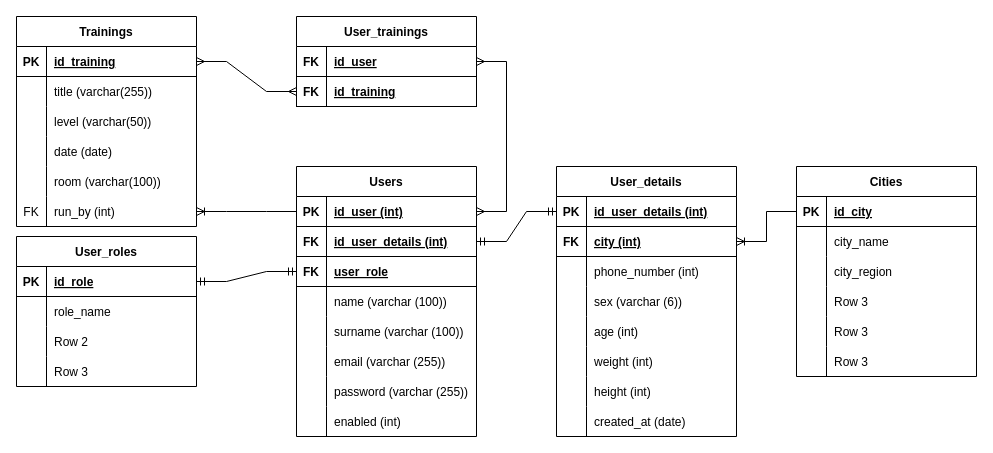
This is erd.drawio from KamilDeren/WdPAI_PersonalTrainerWebsite, a draw.io file, before an edit. Source tidied: cells renumbered, new cells numbered last; positions are measured from the earlier drawing's top-left corner, leaving out a move shared by most shapes. Both pictures are drawn from the tidied source at 100%, with x=0, y=0 at pixel (16, 16).
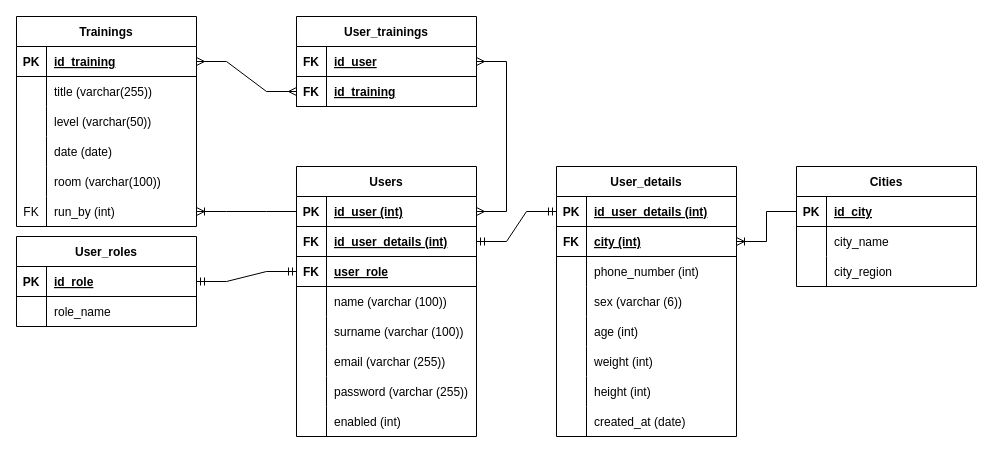
The same diagram, later.

Commit message (it also covers changes not shown here):
small tweak for nav; added erd diagram for database

The edit, as a diff of the source:
```diff
@@
     <mxCell id="2" value="Cities" style="shape=table;startSize=30;childLayout=tableLayout;rowLines=0;fontStyle=1;align=center;" parent="1" vertex="1">
-      <mxGeometry x="780" y="150" width="180" height="210" as="geometry" />
+      <mxGeometry x="780" y="150" width="180" height="120" as="geometry" />
     </mxCell>
@@
-    <mxCell id="12" style="shape=tableRow;horizontal=0;startSize=0;swimlaneHead=0;swimlaneBody=0;fillColor=none;top=0;left=0;right=0;bottom=0;" parent="2" vertex="1">
-      <mxGeometry y="120" width="180" height="30" as="geometry" />
-    </mxCell>
-    <mxCell id="13" style="shape=partialRectangle;fillColor=none;top=0;left=0;bottom=0;right=0;overflow=hidden;" parent="12" vertex="1">
-      <mxGeometry width="30" height="30" as="geometry" />
-    </mxCell>
-    <mxCell id="14" value="Row 3" style="shape=partialRectangle;fillColor=none;top=0;left=0;bottom=0;right=0;align=left;spacingLeft=6;overflow=hidden;" parent="12" vertex="1">
-      <mxGeometry x="30" width="150" height="30" as="geometry" />
-    </mxCell>
-    <mxCell id="15" style="shape=tableRow;horizontal=0;startSize=0;swimlaneHead=0;swimlaneBody=0;fillColor=none;top=0;left=0;right=0;bottom=0;" parent="2" vertex="1">
-      <mxGeometry y="150" width="180" height="30" as="geometry" />
-    </mxCell>
-    <mxCell id="16" style="shape=partialRectangle;fillColor=none;top=0;left=0;bottom=0;right=0;overflow=hidden;" parent="15" vertex="1">
-      <mxGeometry width="30" height="30" as="geometry" />
-    </mxCell>
-    <mxCell id="17" value="Row 3" style="shape=partialRectangle;fillColor=none;top=0;left=0;bottom=0;right=0;align=left;spacingLeft=6;overflow=hidden;" parent="15" vertex="1">
-      <mxGeometry x="30" width="150" height="30" as="geometry" />
-    </mxCell>
-    <mxCell id="18" style="shape=tableRow;horizontal=0;startSize=0;swimlaneHead=0;swimlaneBody=0;fillColor=none;top=0;left=0;right=0;bottom=0;" parent="2" vertex="1">
-      <mxGeometry y="180" width="180" height="30" as="geometry" />
-    </mxCell>
-    <mxCell id="19" style="shape=partialRectangle;fillColor=none;top=0;left=0;bottom=0;right=0;overflow=hidden;" parent="18" vertex="1">
-      <mxGeometry width="30" height="30" as="geometry" />
-    </mxCell>
-    <mxCell id="20" value="Row 3" style="shape=partialRectangle;fillColor=none;top=0;left=0;bottom=0;right=0;align=left;spacingLeft=6;overflow=hidden;" parent="18" vertex="1">
-      <mxGeometry x="30" width="150" height="30" as="geometry" />
-    </mxCell>
@@
     <mxCell id="73" value="User_roles" style="shape=table;startSize=30;childLayout=tableLayout;rowLines=0;fontStyle=1;align=center;" parent="1" vertex="1">
-      <mxGeometry y="220" width="180" height="150" as="geometry" />
+      <mxGeometry y="220" width="180" height="90" as="geometry" />
     </mxCell>
@@
-    <mxCell id="80" style="shape=tableRow;horizontal=0;startSize=0;swimlaneHead=0;swimlaneBody=0;fillColor=none;top=0;left=0;right=0;bottom=0;" parent="73" vertex="1">
-      <mxGeometry y="90" width="180" height="30" as="geometry" />
-    </mxCell>
-    <mxCell id="81" style="shape=partialRectangle;fillColor=none;top=0;left=0;bottom=0;right=0;overflow=hidden;" parent="80" vertex="1">
-      <mxGeometry width="30" height="30" as="geometry" />
-    </mxCell>
-    <mxCell id="82" value="Row 2" style="shape=partialRectangle;fillColor=none;top=0;left=0;bottom=0;right=0;align=left;spacingLeft=6;overflow=hidden;" parent="80" vertex="1">
-      <mxGeometry x="30" width="150" height="30" as="geometry" />
-    </mxCell>
-    <mxCell id="83" style="shape=tableRow;horizontal=0;startSize=0;swimlaneHead=0;swimlaneBody=0;fillColor=none;top=0;left=0;right=0;bottom=0;" parent="73" vertex="1">
-      <mxGeometry y="120" width="180" height="30" as="geometry" />
-    </mxCell>
-    <mxCell id="84" style="shape=partialRectangle;fillColor=none;top=0;left=0;bottom=0;right=0;overflow=hidden;" parent="83" vertex="1">
-      <mxGeometry width="30" height="30" as="geometry" />
-    </mxCell>
-    <mxCell id="85" value="Row 3" style="shape=partialRectangle;fillColor=none;top=0;left=0;bottom=0;right=0;align=left;spacingLeft=6;overflow=hidden;" parent="83" vertex="1">
-      <mxGeometry x="30" width="150" height="30" as="geometry" />
-    </mxCell>
```
